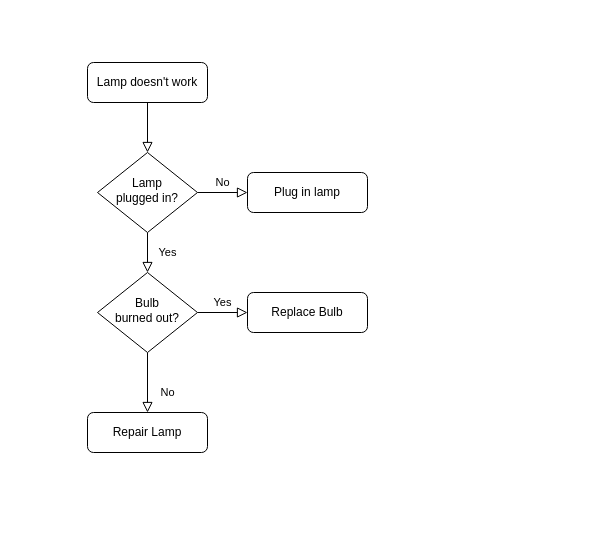
Earlier version of the draw.io diagram Untitled Diagram.drawio (adithkrishnan98/ECommerce-Java). Source tidied: cells renumbered, new cells numbered last; positions are measured from the earlier drawing's top-left corner, leaving out a move shared by most shapes. Both pictures are drawn from the tidied source at 100%, with x=0, y=0 at pixel (87, 62).
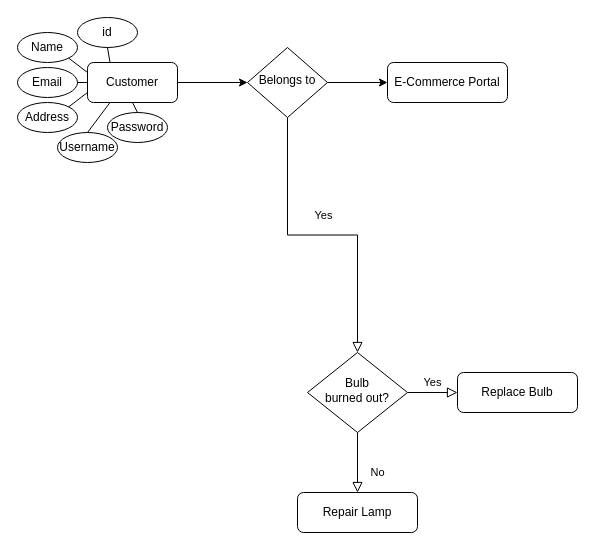
The same diagram, later.

What changed in the source:
```diff
@@
-    <mxCell id="2" style="rounded=0;html=1;jettySize=auto;fontSize=11;endArrow=block;endFill=0;endSize=8;strokeWidth=1;shadow=0;labelBackgroundColor=none;edgeStyle=orthogonalEdgeStyle;" parent="1" edge="1" source="3" target="6">
+    <mxCell id="2" style="edgeStyle=orthogonalEdgeStyle;rounded=0;jettySize=auto;html=1;" parent="1" edge="1" source="3" target="6">
       <mxGeometry relative="1" as="geometry" />
     </mxCell>
-    <mxCell id="3" value="Lamp doesn't work" style="rounded=1;whiteSpace=wrap;html=1;fontSize=12;glass=0;strokeWidth=1;shadow=0;" parent="1" vertex="1">
-      <mxGeometry width="120" height="40" as="geometry" />
+    <mxCell id="3" value="Customer" style="rounded=1;whiteSpace=wrap;html=1;fontSize=12;glass=0;strokeWidth=1;shadow=0;" parent="1" vertex="1">
+      <mxGeometry width="90" height="40" as="geometry" />
     </mxCell>
@@
-    <mxCell id="5" value="No" style="edgeStyle=orthogonalEdgeStyle;rounded=0;html=1;jettySize=auto;fontSize=11;endArrow=block;endFill=0;endSize=8;strokeWidth=1;shadow=0;labelBackgroundColor=none;" parent="1" edge="1" source="6" target="7">
-      <mxGeometry y="10" relative="1" as="geometry" />
+    <mxCell id="5" style="edgeStyle=orthogonalEdgeStyle;rounded=0;jettySize=auto;html=1;exitX=1;exitY=0.5;exitDx=0;exitDy=0;" parent="1" edge="1" source="6" target="7">
+      <mxGeometry relative="1" as="geometry" />
     </mxCell>
-    <mxCell id="6" value="Lamp&lt;br&gt;plugged in?" style="rhombus;whiteSpace=wrap;html=1;shadow=0;fontFamily=Helvetica;fontSize=12;align=center;strokeWidth=1;spacing=6;spacingTop=-4;" parent="1" vertex="1">
-      <mxGeometry x="10" y="90" width="100" height="80" as="geometry" />
+    <mxCell id="6" value="Belongs to" style="rhombus;whiteSpace=wrap;html=1;shadow=0;fontFamily=Helvetica;fontSize=12;align=center;strokeWidth=1;spacing=6;spacingTop=-4;" parent="1" vertex="1">
+      <mxGeometry x="160" y="-15" width="80" height="70" as="geometry" />
     </mxCell>
-    <mxCell id="7" value="Plug in lamp" style="rounded=1;whiteSpace=wrap;html=1;fontSize=12;glass=0;strokeWidth=1;shadow=0;" parent="1" vertex="1">
-      <mxGeometry x="160" y="110" width="120" height="40" as="geometry" />
+    <mxCell id="7" value="E-Commerce Portal" style="rounded=1;whiteSpace=wrap;html=1;fontSize=12;glass=0;strokeWidth=1;shadow=0;" parent="1" vertex="1">
+      <mxGeometry x="300" width="120" height="40" as="geometry" />
     </mxCell>
@@
     <mxCell id="10" value="Bulb&lt;br&gt;burned out?" style="rhombus;whiteSpace=wrap;html=1;shadow=0;fontFamily=Helvetica;fontSize=12;align=center;strokeWidth=1;spacing=6;spacingTop=-4;" parent="1" vertex="1">
-      <mxGeometry x="10" y="210" width="100" height="80" as="geometry" />
+      <mxGeometry x="220" y="290" width="100" height="80" as="geometry" />
     </mxCell>
     <mxCell id="11" value="Repair Lamp" style="rounded=1;whiteSpace=wrap;html=1;fontSize=12;glass=0;strokeWidth=1;shadow=0;" parent="1" vertex="1">
-      <mxGeometry y="350" width="120" height="40" as="geometry" />
+      <mxGeometry x="210" y="430" width="120" height="40" as="geometry" />
     </mxCell>
     <mxCell id="12" value="Replace Bulb" style="rounded=1;whiteSpace=wrap;html=1;fontSize=12;glass=0;strokeWidth=1;shadow=0;" parent="1" vertex="1">
-      <mxGeometry x="160" y="230" width="120" height="40" as="geometry" />
+      <mxGeometry x="370" y="310" width="120" height="40" as="geometry" />
     </mxCell>
+    <mxCell id="13" value="id" style="ellipse;whiteSpace=wrap;html=1;" parent="1" vertex="1">
+      <mxGeometry x="-10" y="-45" width="60" height="30" as="geometry" />
+    </mxCell>
+    <mxCell id="14" value="Name" style="ellipse;whiteSpace=wrap;html=1;" parent="1" vertex="1">
+      <mxGeometry x="-70" y="-30" width="60" height="30" as="geometry" />
+    </mxCell>
+    <mxCell id="15" value="Email" style="ellipse;whiteSpace=wrap;html=1;" parent="1" vertex="1">
+      <mxGeometry x="-70" y="5" width="60" height="30" as="geometry" />
+    </mxCell>
+    <mxCell id="16" value="Address" style="ellipse;whiteSpace=wrap;html=1;" parent="1" vertex="1">
+      <mxGeometry x="-70" y="40" width="60" height="30" as="geometry" />
+    </mxCell>
+    <mxCell id="17" value="Username" style="ellipse;whiteSpace=wrap;html=1;" parent="1" vertex="1">
+      <mxGeometry x="-30" y="70" width="60" height="30" as="geometry" />
+    </mxCell>
+    <mxCell id="18" value="Password" style="ellipse;whiteSpace=wrap;html=1;" parent="1" vertex="1">
+      <mxGeometry x="20" y="50" width="60" height="30" as="geometry" />
+    </mxCell>
+    <mxCell id="19" style="endArrow=none;html=1;entryX=0.5;entryY=1;entryDx=0;entryDy=0;exitX=0.25;exitY=0;exitDx=0;exitDy=0;" parent="1" edge="1" source="3" target="13">
+      <mxGeometry relative="1" as="geometry" />
+    </mxCell>
+    <mxCell id="20" style="endArrow=none;html=1;entryX=1;entryY=1;entryDx=0;entryDy=0;exitX=0;exitY=0.25;exitDx=0;exitDy=0;" parent="1" edge="1" source="3" target="14">
+      <mxGeometry relative="1" as="geometry" />
+    </mxCell>
+    <mxCell id="21" style="endArrow=none;html=1;entryX=1;entryY=0.5;entryDx=0;entryDy=0;exitX=0;exitY=0.5;exitDx=0;exitDy=0;" parent="1" edge="1" source="3" target="15">
+      <mxGeometry relative="1" as="geometry" />
+    </mxCell>
+    <mxCell id="22" style="endArrow=none;html=1;entryX=1;entryY=0;entryDx=0;entryDy=0;exitX=0;exitY=0.75;exitDx=0;exitDy=0;" parent="1" edge="1" source="3" target="16">
+      <mxGeometry relative="1" as="geometry" />
+    </mxCell>
+    <mxCell id="23" style="endArrow=none;html=1;entryX=0.5;entryY=0;entryDx=0;entryDy=0;exitX=0.25;exitY=1;exitDx=0;exitDy=0;" parent="1" edge="1" source="3" target="17">
+      <mxGeometry relative="1" as="geometry" />
+    </mxCell>
+    <mxCell id="24" style="endArrow=none;html=1;entryX=0.5;entryY=1;entryDx=0;entryDy=0;exitX=0.5;exitY=0;exitDx=0;exitDy=0;" parent="1" edge="1" source="18" target="3">
+      <mxGeometry relative="1" as="geometry" />
+    </mxCell>
```
